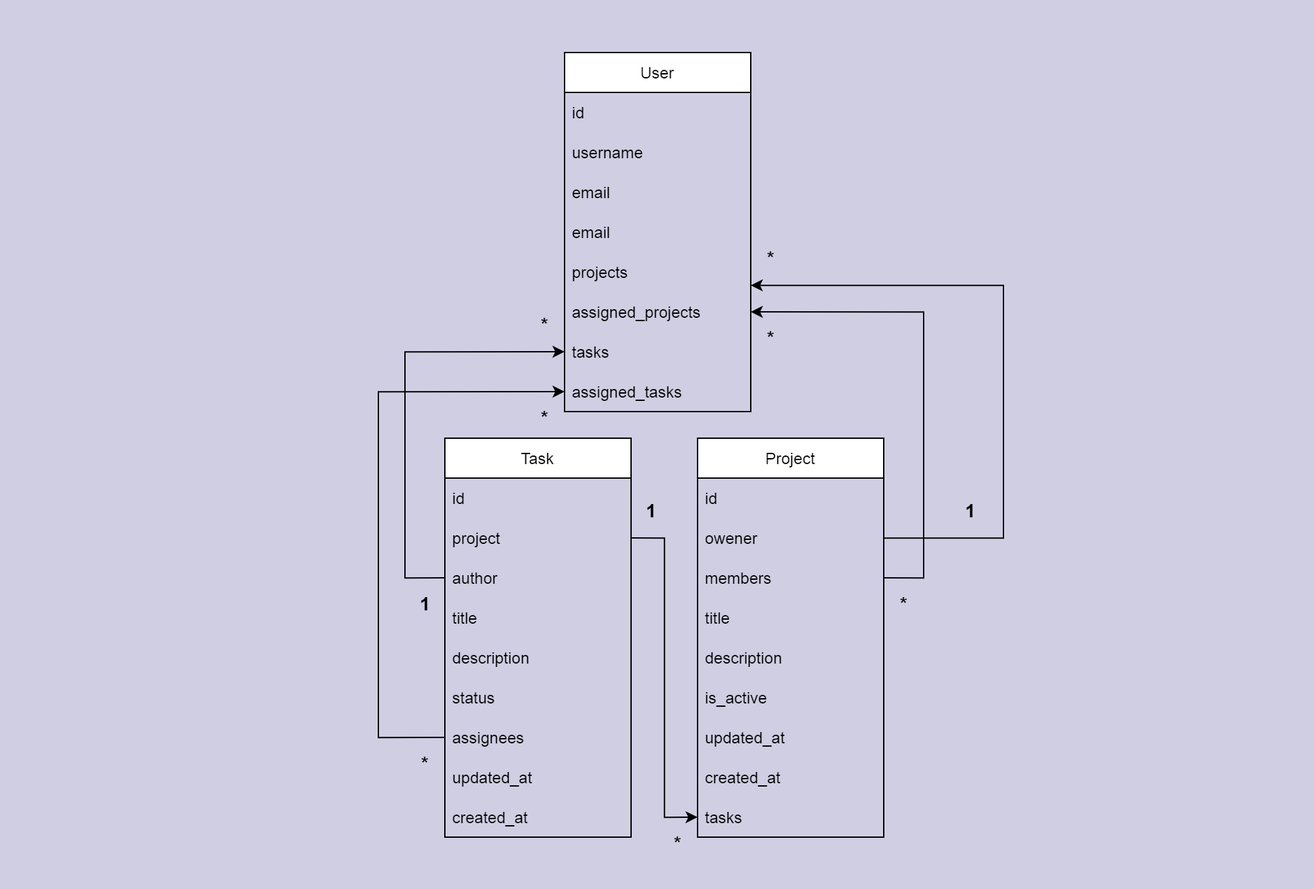
Before: doc/todev.png, a diagram exported from draw.io (alimghmi/todev). Source tidied: cells renumbered, new cells last; positions are measured from the earlier drawing's top-left corner, leaving out a move shared by most shapes. The source it was exported from:
```xml
<mxGraphModel>
  <root>
    <mxCell id="0" />
    <mxCell id="1" parent="0" />
    <mxCell id="2" style="rounded=0;whiteSpace=wrap;html=1;fontSize=41;fillColor=#d0cee2;strokeColor=#56517e;" parent="1" vertex="1">
      <mxGeometry width="990" height="670" as="geometry" />
    </mxCell>
    <mxCell id="3" value="User" style="swimlane;fontStyle=0;horizontal=1;startSize=30;" parent="1" vertex="1">
      <mxGeometry x="425" y="40" width="140" height="270" as="geometry" />
    </mxCell>
    <mxCell id="4" value="id    " style="text;strokeColor=none;fillColor=none;align=left;verticalAlign=middle;spacingLeft=4;spacingRight=4;overflow=hidden;" parent="3" vertex="1">
      <mxGeometry y="30" width="140" height="30" as="geometry" />
    </mxCell>
    <mxCell id="5" value="username" style="text;strokeColor=none;fillColor=none;align=left;verticalAlign=middle;spacingLeft=4;spacingRight=4;overflow=hidden;" parent="3" vertex="1">
      <mxGeometry y="60" width="140" height="30" as="geometry" />
    </mxCell>
    <mxCell id="6" value="email" style="text;strokeColor=none;fillColor=none;align=left;verticalAlign=middle;spacingLeft=4;spacingRight=4;overflow=hidden;" parent="3" vertex="1">
      <mxGeometry y="90" width="140" height="30" as="geometry" />
    </mxCell>
    <mxCell id="7" value="email" style="text;strokeColor=none;fillColor=none;align=left;verticalAlign=middle;spacingLeft=4;spacingRight=4;overflow=hidden;" parent="3" vertex="1">
      <mxGeometry y="120" width="140" height="30" as="geometry" />
    </mxCell>
    <mxCell id="8" value="projects" style="text;strokeColor=none;fillColor=none;align=left;verticalAlign=middle;spacingLeft=4;spacingRight=4;overflow=hidden;points=[[0,0.5],[1,0.5]];portConstraint=eastwest;" parent="3" vertex="1">
      <mxGeometry y="150" width="140" height="30" as="geometry" />
    </mxCell>
    <mxCell id="9" value="assigned_projects" style="text;strokeColor=none;fillColor=none;align=left;verticalAlign=middle;spacingLeft=4;spacingRight=4;overflow=hidden;points=[[0,0.5],[1,0.5]];portConstraint=eastwest;" parent="3" vertex="1">
      <mxGeometry y="180" width="140" height="30" as="geometry" />
    </mxCell>
    <mxCell id="10" value="tasks" style="text;strokeColor=none;fillColor=none;align=left;verticalAlign=middle;spacingLeft=4;spacingRight=4;overflow=hidden;points=[[0,0.5],[1,0.5]];portConstraint=eastwest;" parent="3" vertex="1">
      <mxGeometry y="210" width="140" height="30" as="geometry" />
    </mxCell>
    <mxCell id="11" value="assigned_tasks" style="text;strokeColor=none;fillColor=none;align=left;verticalAlign=middle;spacingLeft=4;spacingRight=4;overflow=hidden;points=[[0,0.5],[1,0.5]];portConstraint=eastwest;" parent="3" vertex="1">
      <mxGeometry y="240" width="140" height="30" as="geometry" />
    </mxCell>
    <mxCell id="12" value="Project" style="swimlane;fontStyle=0;horizontal=1;startSize=30;" parent="1" vertex="1">
      <mxGeometry x="525" y="330" width="140" height="300" as="geometry" />
    </mxCell>
    <mxCell id="13" value="id" style="text;strokeColor=none;fillColor=none;align=left;verticalAlign=middle;spacingLeft=4;spacingRight=4;overflow=hidden;" parent="12" vertex="1">
      <mxGeometry y="30" width="140" height="30" as="geometry" />
    </mxCell>
    <mxCell id="14" value="owener" style="text;strokeColor=none;fillColor=none;align=left;verticalAlign=middle;spacingLeft=4;spacingRight=4;overflow=hidden;points=[[0,0.5],[1,0.5]];portConstraint=eastwest;" parent="12" vertex="1">
      <mxGeometry y="60" width="140" height="30" as="geometry" />
    </mxCell>
    <mxCell id="15" value="members" style="text;strokeColor=none;fillColor=none;align=left;verticalAlign=middle;spacingLeft=4;spacingRight=4;overflow=hidden;points=[[0,0.5],[1,0.5]];portConstraint=eastwest;" parent="12" vertex="1">
      <mxGeometry y="90" width="140" height="30" as="geometry" />
    </mxCell>
    <mxCell id="16" value="title" style="text;strokeColor=none;fillColor=none;align=left;verticalAlign=middle;spacingLeft=4;spacingRight=4;overflow=hidden;" parent="12" vertex="1">
      <mxGeometry y="120" width="140" height="30" as="geometry" />
    </mxCell>
    <mxCell id="17" value="description" style="text;strokeColor=none;fillColor=none;align=left;verticalAlign=middle;spacingLeft=4;spacingRight=4;overflow=hidden;" parent="12" vertex="1">
      <mxGeometry y="150" width="140" height="30" as="geometry" />
    </mxCell>
    <mxCell id="18" value="is_active" style="text;strokeColor=none;fillColor=none;align=left;verticalAlign=middle;spacingLeft=4;spacingRight=4;overflow=hidden;" parent="12" vertex="1">
      <mxGeometry y="180" width="140" height="30" as="geometry" />
    </mxCell>
    <mxCell id="19" value="updated_at" style="text;strokeColor=none;fillColor=none;align=left;verticalAlign=middle;spacingLeft=4;spacingRight=4;overflow=hidden;" parent="12" vertex="1">
      <mxGeometry y="210" width="140" height="30" as="geometry" />
    </mxCell>
    <mxCell id="20" value="created_at" style="text;strokeColor=none;fillColor=none;align=left;verticalAlign=middle;spacingLeft=4;spacingRight=4;overflow=hidden;" parent="12" vertex="1">
      <mxGeometry y="240" width="140" height="30" as="geometry" />
    </mxCell>
    <mxCell id="21" value="tasks" style="text;strokeColor=none;fillColor=none;align=left;verticalAlign=middle;spacingLeft=4;spacingRight=4;overflow=hidden;points=[[0,0.5],[1,0.5]];portConstraint=eastwest;" parent="12" vertex="1">
      <mxGeometry y="270" width="140" height="30" as="geometry" />
    </mxCell>
    <mxCell id="22" value="Task" style="swimlane;fontStyle=0;horizontal=1;startSize=30;" parent="1" vertex="1">
      <mxGeometry x="335" y="330" width="140" height="300" as="geometry" />
    </mxCell>
    <mxCell id="23" value="id" style="text;strokeColor=none;fillColor=none;align=left;verticalAlign=middle;spacingLeft=4;spacingRight=4;overflow=hidden;" parent="22" vertex="1">
      <mxGeometry y="30" width="140" height="30" as="geometry" />
    </mxCell>
    <mxCell id="24" value="project" style="text;strokeColor=none;fillColor=none;align=left;verticalAlign=middle;spacingLeft=4;spacingRight=4;overflow=hidden;points=[[0,0.5],[1,0.5]];portConstraint=eastwest;" parent="22" vertex="1">
      <mxGeometry y="60" width="140" height="30" as="geometry" />
    </mxCell>
    <mxCell id="25" value="author" style="text;strokeColor=none;fillColor=none;align=left;verticalAlign=middle;spacingLeft=4;spacingRight=4;overflow=hidden;points=[[0,0.5],[1,0.5]];portConstraint=eastwest;" parent="22" vertex="1">
      <mxGeometry y="90" width="140" height="30" as="geometry" />
    </mxCell>
    <mxCell id="26" value="title" style="text;strokeColor=none;fillColor=none;align=left;verticalAlign=middle;spacingLeft=4;spacingRight=4;overflow=hidden;" parent="22" vertex="1">
      <mxGeometry y="120" width="140" height="30" as="geometry" />
    </mxCell>
    <mxCell id="27" value="description" style="text;strokeColor=none;fillColor=none;align=left;verticalAlign=middle;spacingLeft=4;spacingRight=4;overflow=hidden;" parent="22" vertex="1">
      <mxGeometry y="150" width="140" height="30" as="geometry" />
    </mxCell>
    <mxCell id="28" value="status" style="text;strokeColor=none;fillColor=none;align=left;verticalAlign=middle;spacingLeft=4;spacingRight=4;overflow=hidden;" parent="22" vertex="1">
      <mxGeometry y="180" width="140" height="30" as="geometry" />
    </mxCell>
    <mxCell id="29" value="assignees" style="text;strokeColor=none;fillColor=none;align=left;verticalAlign=middle;spacingLeft=4;spacingRight=4;overflow=hidden;points=[[0,0.5],[1,0.5]];portConstraint=eastwest;" parent="22" vertex="1">
      <mxGeometry y="210" width="140" height="30" as="geometry" />
    </mxCell>
    <mxCell id="30" value="updated_at" style="text;strokeColor=none;fillColor=none;align=left;verticalAlign=middle;spacingLeft=4;spacingRight=4;overflow=hidden;" parent="22" vertex="1">
      <mxGeometry y="240" width="140" height="30" as="geometry" />
    </mxCell>
    <mxCell id="31" value="created_at" style="text;strokeColor=none;fillColor=none;align=left;verticalAlign=middle;spacingLeft=4;spacingRight=4;overflow=hidden;" parent="22" vertex="1">
      <mxGeometry y="270" width="140" height="30" as="geometry" />
    </mxCell>
    <mxCell id="32" style="edgeStyle=orthogonalEdgeStyle;rounded=0;jettySize=auto;html=1;" parent="1" edge="1" source="14" target="8">
      <mxGeometry relative="1" as="geometry">
        <Array as="points">
          <mxPoint x="755" y="405" />
          <mxPoint x="755" y="215" />
        </Array>
      </mxGeometry>
    </mxCell>
    <mxCell id="33" style="edgeStyle=orthogonalEdgeStyle;rounded=0;jettySize=auto;html=1;exitX=1;exitY=0.5;exitDx=0;exitDy=0;entryX=0;entryY=0.5;entryDx=0;entryDy=0;" parent="1" edge="1" source="24" target="21">
      <mxGeometry relative="1" as="geometry" />
    </mxCell>
    <mxCell id="34" style="edgeStyle=orthogonalEdgeStyle;rounded=0;jettySize=auto;html=1;exitX=0;exitY=0.5;exitDx=0;exitDy=0;entryX=0;entryY=0.5;entryDx=0;entryDy=0;" parent="1" edge="1" source="25" target="10">
      <mxGeometry relative="1" as="geometry">
        <Array as="points">
          <mxPoint x="305" y="435" />
          <mxPoint x="305" y="265" />
        </Array>
      </mxGeometry>
    </mxCell>
    <mxCell id="35" style="edgeStyle=orthogonalEdgeStyle;rounded=0;jettySize=auto;html=1;exitX=1;exitY=0.5;exitDx=0;exitDy=0;entryX=1;entryY=0.5;entryDx=0;entryDy=0;" parent="1" edge="1" source="15" target="9">
      <mxGeometry relative="1" as="geometry">
        <Array as="points">
          <mxPoint x="695" y="435" />
          <mxPoint x="695" y="235" />
        </Array>
      </mxGeometry>
    </mxCell>
    <mxCell id="36" style="edgeStyle=orthogonalEdgeStyle;rounded=0;jettySize=auto;html=1;exitX=0;exitY=0.5;exitDx=0;exitDy=0;entryX=0;entryY=0.5;entryDx=0;entryDy=0;" parent="1" edge="1" source="29" target="11">
      <mxGeometry relative="1" as="geometry">
        <Array as="points">
          <mxPoint x="285" y="555" />
          <mxPoint x="285" y="295" />
        </Array>
      </mxGeometry>
    </mxCell>
    <mxCell id="37" value="1" style="text;html=1;align=center;verticalAlign=middle;strokeColor=none;fillColor=none;fontSize=14;fontFamily=Helvetica;fontColor=#000000;fontStyle=1;" parent="1" vertex="1">
      <mxGeometry x="715" y="370" width="30" height="30" as="geometry" />
    </mxCell>
    <mxCell id="38" value="*" style="text;html=1;align=center;verticalAlign=middle;strokeColor=none;fillColor=none;fontSize=14;fontFamily=Helvetica;fontColor=#000000;fontStyle=1;" parent="1" vertex="1">
      <mxGeometry x="565" y="180" width="30" height="30" as="geometry" />
    </mxCell>
    <mxCell id="39" value="*" style="text;html=1;align=center;verticalAlign=middle;strokeColor=none;fillColor=none;fontSize=14;fontFamily=Helvetica;fontColor=#000000;fontStyle=1;" parent="1" vertex="1">
      <mxGeometry x="565" y="240" width="30" height="30" as="geometry" />
    </mxCell>
    <mxCell id="40" value="*" style="text;html=1;align=center;verticalAlign=middle;strokeColor=none;fillColor=none;fontSize=14;fontFamily=Helvetica;fontColor=#000000;fontStyle=1;" parent="1" vertex="1">
      <mxGeometry x="665" y="440" width="30" height="30" as="geometry" />
    </mxCell>
    <mxCell id="41" value="1" style="text;html=1;align=center;verticalAlign=middle;strokeColor=none;fillColor=none;fontSize=14;fontFamily=Helvetica;fontColor=#000000;fontStyle=1;" parent="1" vertex="1">
      <mxGeometry x="475" y="370" width="30" height="30" as="geometry" />
    </mxCell>
    <mxCell id="42" value="*" style="text;html=1;align=center;verticalAlign=middle;strokeColor=none;fillColor=none;fontSize=14;fontFamily=Helvetica;fontColor=#000000;fontStyle=1;" parent="1" vertex="1">
      <mxGeometry x="495" y="620" width="30" height="30" as="geometry" />
    </mxCell>
    <mxCell id="43" value="1" style="text;html=1;align=center;verticalAlign=middle;strokeColor=none;fillColor=none;fontSize=14;fontFamily=Helvetica;fontColor=#000000;fontStyle=1;" parent="1" vertex="1">
      <mxGeometry x="305" y="440" width="30" height="30" as="geometry" />
    </mxCell>
    <mxCell id="44" value="*" style="text;html=1;align=center;verticalAlign=middle;strokeColor=none;fillColor=none;fontSize=14;fontFamily=Helvetica;fontColor=#000000;fontStyle=1;" parent="1" vertex="1">
      <mxGeometry x="395" y="230" width="30" height="30" as="geometry" />
    </mxCell>
    <mxCell id="45" value="*" style="text;html=1;align=center;verticalAlign=middle;strokeColor=none;fillColor=none;fontSize=14;fontFamily=Helvetica;fontColor=#000000;fontStyle=1;" parent="1" vertex="1">
      <mxGeometry x="305" y="560" width="30" height="30" as="geometry" />
    </mxCell>
    <mxCell id="46" value="*" style="text;html=1;align=center;verticalAlign=middle;strokeColor=none;fillColor=none;fontSize=14;fontFamily=Helvetica;fontColor=#000000;fontStyle=1;" parent="1" vertex="1">
      <mxGeometry x="395" y="300" width="30" height="30" as="geometry" />
    </mxCell>
  </root>
</mxGraphModel>
```
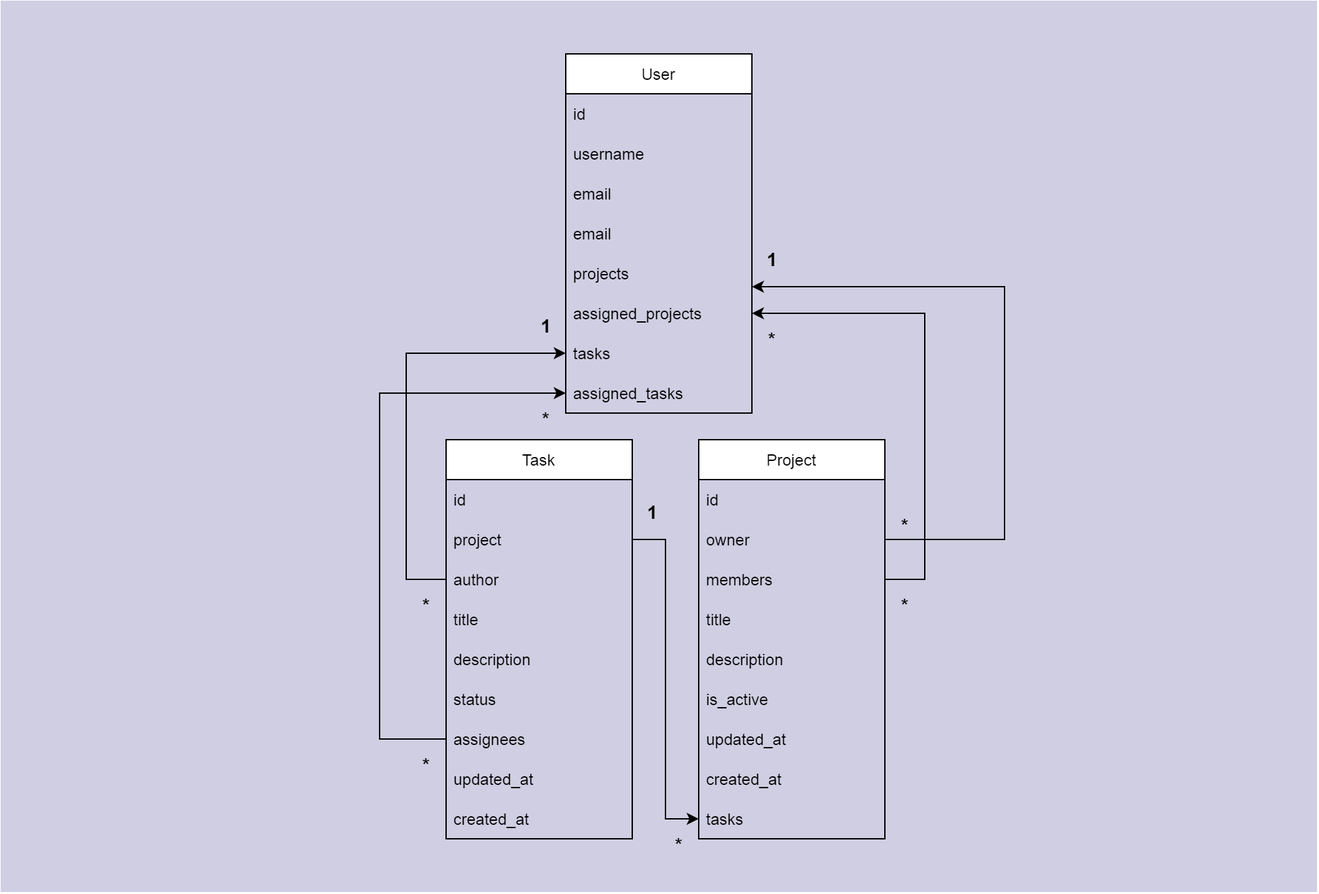
Later version of the same file.

Diff of the diagram source:
```diff
@@ -2,7 +2,7 @@
   <root>
     <mxCell id="0" />
     <mxCell id="1" parent="0" />
-    <mxCell id="2" style="rounded=0;whiteSpace=wrap;html=1;fontSize=41;fillColor=#d0cee2;strokeColor=#56517e;" parent="1" vertex="1">
+    <mxCell id="2" style="rounded=0;whiteSpace=wrap;html=1;fontSize=41;fillColor=#d0cee2;strokeColor=none;" parent="1" vertex="1">
       <mxGeometry width="990" height="670" as="geometry" />
     </mxCell>
     <mxCell id="3" value="User" style="swimlane;fontStyle=0;horizontal=1;startSize=30;" parent="1" vertex="1">
@@ -38,7 +38,7 @@
     <mxCell id="13" value="id" style="text;strokeColor=none;fillColor=none;align=left;verticalAlign=middle;spacingLeft=4;spacingRight=4;overflow=hidden;" parent="12" vertex="1">
       <mxGeometry y="30" width="140" height="30" as="geometry" />
     </mxCell>
-    <mxCell id="14" value="owener" style="text;strokeColor=none;fillColor=none;align=left;verticalAlign=middle;spacingLeft=4;spacingRight=4;overflow=hidden;points=[[0,0.5],[1,0.5]];portConstraint=eastwest;" parent="12" vertex="1">
+    <mxCell id="14" value="owner" style="text;strokeColor=none;fillColor=none;align=left;verticalAlign=middle;spacingLeft=4;spacingRight=4;overflow=hidden;points=[[0,0.5],[1,0.5]];portConstraint=eastwest;" parent="12" vertex="1">
       <mxGeometry y="60" width="140" height="30" as="geometry" />
     </mxCell>
     <mxCell id="15" value="members" style="text;strokeColor=none;fillColor=none;align=left;verticalAlign=middle;spacingLeft=4;spacingRight=4;overflow=hidden;points=[[0,0.5],[1,0.5]];portConstraint=eastwest;" parent="12" vertex="1">
@@ -128,10 +128,10 @@
       </mxGeometry>
     </mxCell>
     <mxCell id="37" value="1" style="text;html=1;align=center;verticalAlign=middle;strokeColor=none;fillColor=none;fontSize=14;fontFamily=Helvetica;fontColor=#000000;fontStyle=1;" parent="1" vertex="1">
-      <mxGeometry x="715" y="370" width="30" height="30" as="geometry" />
+      <mxGeometry x="565" y="180" width="30" height="30" as="geometry" />
     </mxCell>
     <mxCell id="38" value="*" style="text;html=1;align=center;verticalAlign=middle;strokeColor=none;fillColor=none;fontSize=14;fontFamily=Helvetica;fontColor=#000000;fontStyle=1;" parent="1" vertex="1">
-      <mxGeometry x="565" y="180" width="30" height="30" as="geometry" />
+      <mxGeometry x="665" y="380" width="30" height="30" as="geometry" />
     </mxCell>
     <mxCell id="39" value="*" style="text;html=1;align=center;verticalAlign=middle;strokeColor=none;fillColor=none;fontSize=14;fontFamily=Helvetica;fontColor=#000000;fontStyle=1;" parent="1" vertex="1">
       <mxGeometry x="565" y="240" width="30" height="30" as="geometry" />
@@ -146,10 +146,10 @@
       <mxGeometry x="495" y="620" width="30" height="30" as="geometry" />
     </mxCell>
     <mxCell id="43" value="1" style="text;html=1;align=center;verticalAlign=middle;strokeColor=none;fillColor=none;fontSize=14;fontFamily=Helvetica;fontColor=#000000;fontStyle=1;" parent="1" vertex="1">
-      <mxGeometry x="305" y="440" width="30" height="30" as="geometry" />
+      <mxGeometry x="395" y="230" width="30" height="30" as="geometry" />
     </mxCell>
     <mxCell id="44" value="*" style="text;html=1;align=center;verticalAlign=middle;strokeColor=none;fillColor=none;fontSize=14;fontFamily=Helvetica;fontColor=#000000;fontStyle=1;" parent="1" vertex="1">
-      <mxGeometry x="395" y="230" width="30" height="30" as="geometry" />
+      <mxGeometry x="305" y="440" width="30" height="30" as="geometry" />
     </mxCell>
     <mxCell id="45" value="*" style="text;html=1;align=center;verticalAlign=middle;strokeColor=none;fillColor=none;fontSize=14;fontFamily=Helvetica;fontColor=#000000;fontStyle=1;" parent="1" vertex="1">
       <mxGeometry x="305" y="560" width="30" height="30" as="geometry" />
```
